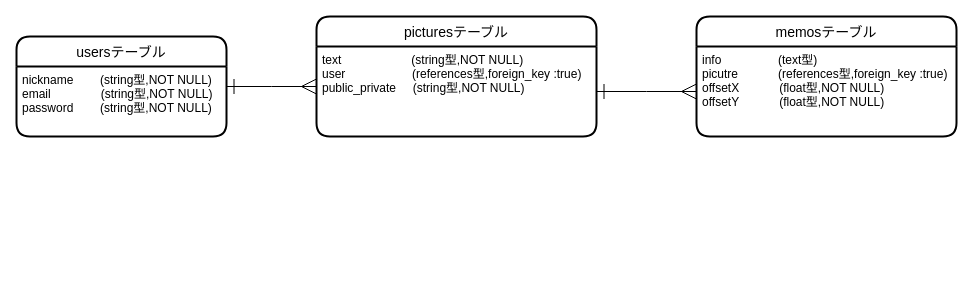
Earlier version of the draw.io diagram pin-pic.dio (Yamafuku0717/pin-pic3). Source tidied: cells renumbered, new cells numbered last; positions are measured from the earlier drawing's top-left corner, leaving out a move shared by most shapes. Both pictures are drawn from the tidied source at 100%, with x=0, y=0 at pixel (16, 16).
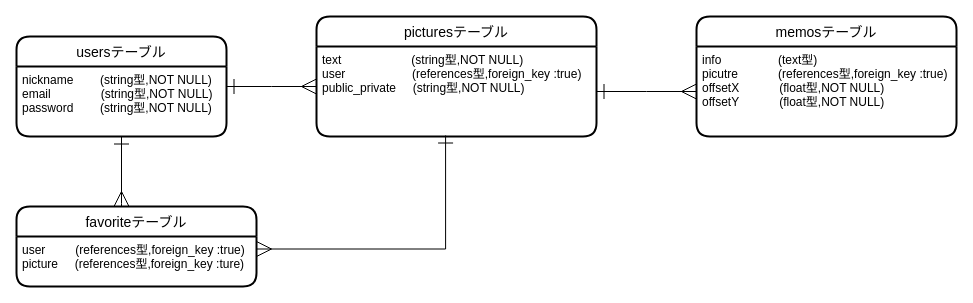
Above is the later version.

Diff of the diagram source:
```diff
@@
 <mxGraphModel>
   <root>
     <mxCell id="0" />
     <mxCell id="1" parent="0" />
     <mxCell id="2" style="edgeStyle=orthogonalEdgeStyle;rounded=0;jettySize=auto;html=1;endArrow=ERmany;endFill=0;endSize=13;startArrow=ERone;startFill=0;startSize=13;" parent="1" edge="1" source="3">
       <mxGeometry relative="1" as="geometry">
         <mxPoint x="300" y="70" as="targetPoint" />
       </mxGeometry>
     </mxCell>
     <mxCell id="3" value="usersテーブル" style="swimlane;horizontal=1;startSize=30;rounded=1;fontSize=14;fontStyle=0;strokeWidth=2;shadow=0;dashed=0;align=center;" parent="1" vertex="1">
       <mxGeometry y="20" width="210" height="100" as="geometry" />
     </mxCell>
     <mxCell id="4" value="nickname        (string型,NOT NULL)&#10;email               (string型,NOT NULL)&#10;password        (string型,NOT NULL)" style="align=left;strokeColor=none;fillColor=none;spacingLeft=4;fontSize=12;verticalAlign=top;" parent="3" vertex="1">
       <mxGeometry y="30" width="210" height="70" as="geometry" />
     </mxCell>
     <mxCell id="5" value="picturesテーブル" style="swimlane;horizontal=1;startSize=30;rounded=1;fontSize=14;fontStyle=0;strokeWidth=2;shadow=0;dashed=0;align=center;" parent="1" vertex="1">
       <mxGeometry x="300" width="280" height="120" as="geometry" />
     </mxCell>
     <mxCell id="6" value="text                     (string型,NOT NULL)&#10;user                    (references型,foreign_key :true)&#10;public_private     (string型,NOT NULL)" style="align=left;strokeColor=none;fillColor=none;spacingLeft=4;fontSize=12;verticalAlign=top;" parent="5" vertex="1">
       <mxGeometry y="30" width="280" height="90" as="geometry" />
     </mxCell>
     <mxCell id="7" value="memosテーブル" style="swimlane;horizontal=1;startSize=30;rounded=1;fontSize=14;fontStyle=0;strokeWidth=2;shadow=0;dashed=0;align=center;" parent="1" vertex="1">
       <mxGeometry x="680" width="260" height="120" as="geometry" />
     </mxCell>
     <mxCell id="8" value="info                 (text型)&#10;picutre            (references型,foreign_key :true)&#10;offsetX            (float型,NOT NULL)&#10;offsetY            (float型,NOT NULL)" style="align=left;strokeColor=none;fillColor=none;spacingLeft=4;fontSize=12;verticalAlign=top;" parent="7" vertex="1">
       <mxGeometry y="30" width="260" height="90" as="geometry" />
     </mxCell>
     <mxCell id="9" style="edgeStyle=orthogonalEdgeStyle;rounded=0;jettySize=auto;html=1;startArrow=ERone;startFill=0;startSize=13;endArrow=ERmany;endFill=0;endSize=13;" parent="1" edge="1" source="6">
       <mxGeometry relative="1" as="geometry">
         <mxPoint x="680" y="75" as="targetPoint" />
       </mxGeometry>
     </mxCell>
+    <mxCell id="10" value="favoriteテーブル" style="swimlane;horizontal=1;startSize=30;rounded=1;fontSize=14;fontStyle=0;strokeWidth=2;shadow=0;dashed=0;align=center;" parent="1" vertex="1">
+      <mxGeometry y="190" width="240" height="80" as="geometry" />
+    </mxCell>
+    <mxCell id="11" value="user         (references型,foreign_key :true)&#10;picture     (references型,foreign_key :ture)" style="align=left;strokeColor=none;fillColor=none;spacingLeft=4;fontSize=12;verticalAlign=top;" parent="10" vertex="1">
+      <mxGeometry y="30" width="240" height="50" as="geometry" />
+    </mxCell>
+    <mxCell id="12" style="edgeStyle=orthogonalEdgeStyle;rounded=0;jettySize=auto;html=1;endArrow=ERmany;endFill=0;startSize=13;endSize=13;startArrow=ERone;startFill=0;" parent="1" edge="1" source="4">
+      <mxGeometry relative="1" as="geometry">
+        <mxPoint x="105" y="190" as="targetPoint" />
+        <Array as="points">
+          <mxPoint x="105" y="187" />
+          <mxPoint x="105" y="187" />
+        </Array>
+      </mxGeometry>
+    </mxCell>
+    <mxCell id="13" style="edgeStyle=orthogonalEdgeStyle;rounded=0;jettySize=auto;html=1;entryX=1;entryY=0.25;entryDx=0;entryDy=0;startArrow=ERone;startFill=0;startSize=13;endArrow=ERmany;endFill=0;endSize=13;exitX=0.461;exitY=0.989;exitDx=0;exitDy=0;exitPerimeter=0;" parent="1" edge="1" source="6" target="11">
+      <mxGeometry relative="1" as="geometry" />
+    </mxCell>
   </root>
 </mxGraphModel>
```
